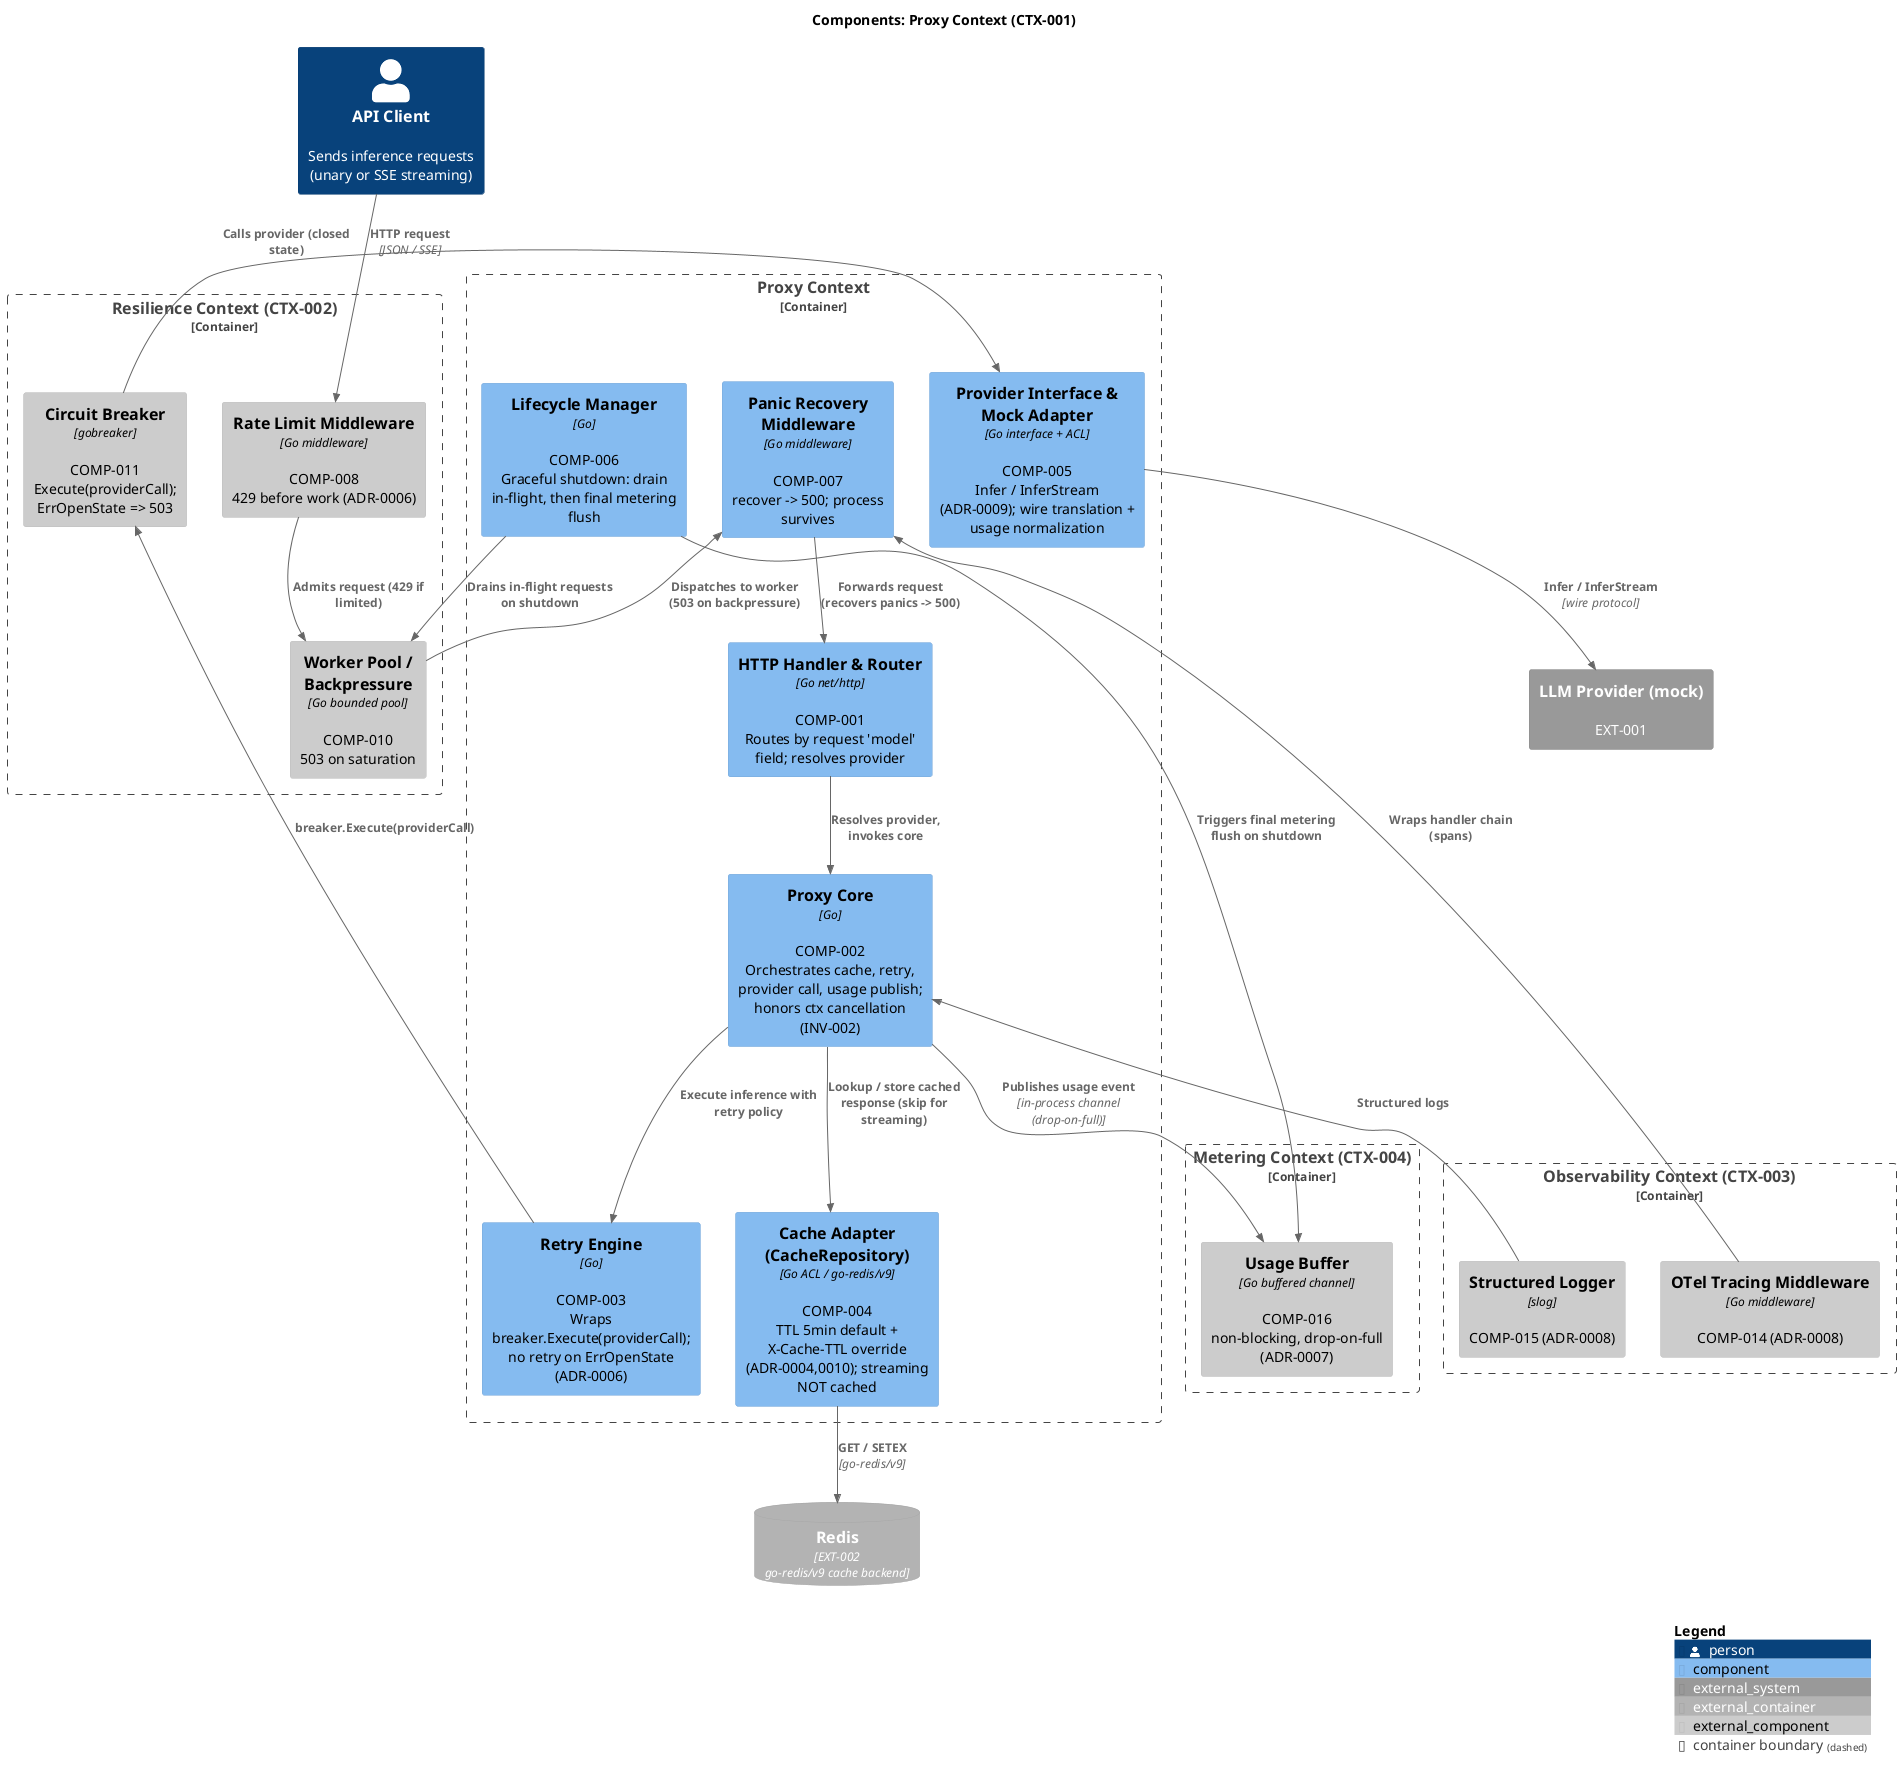
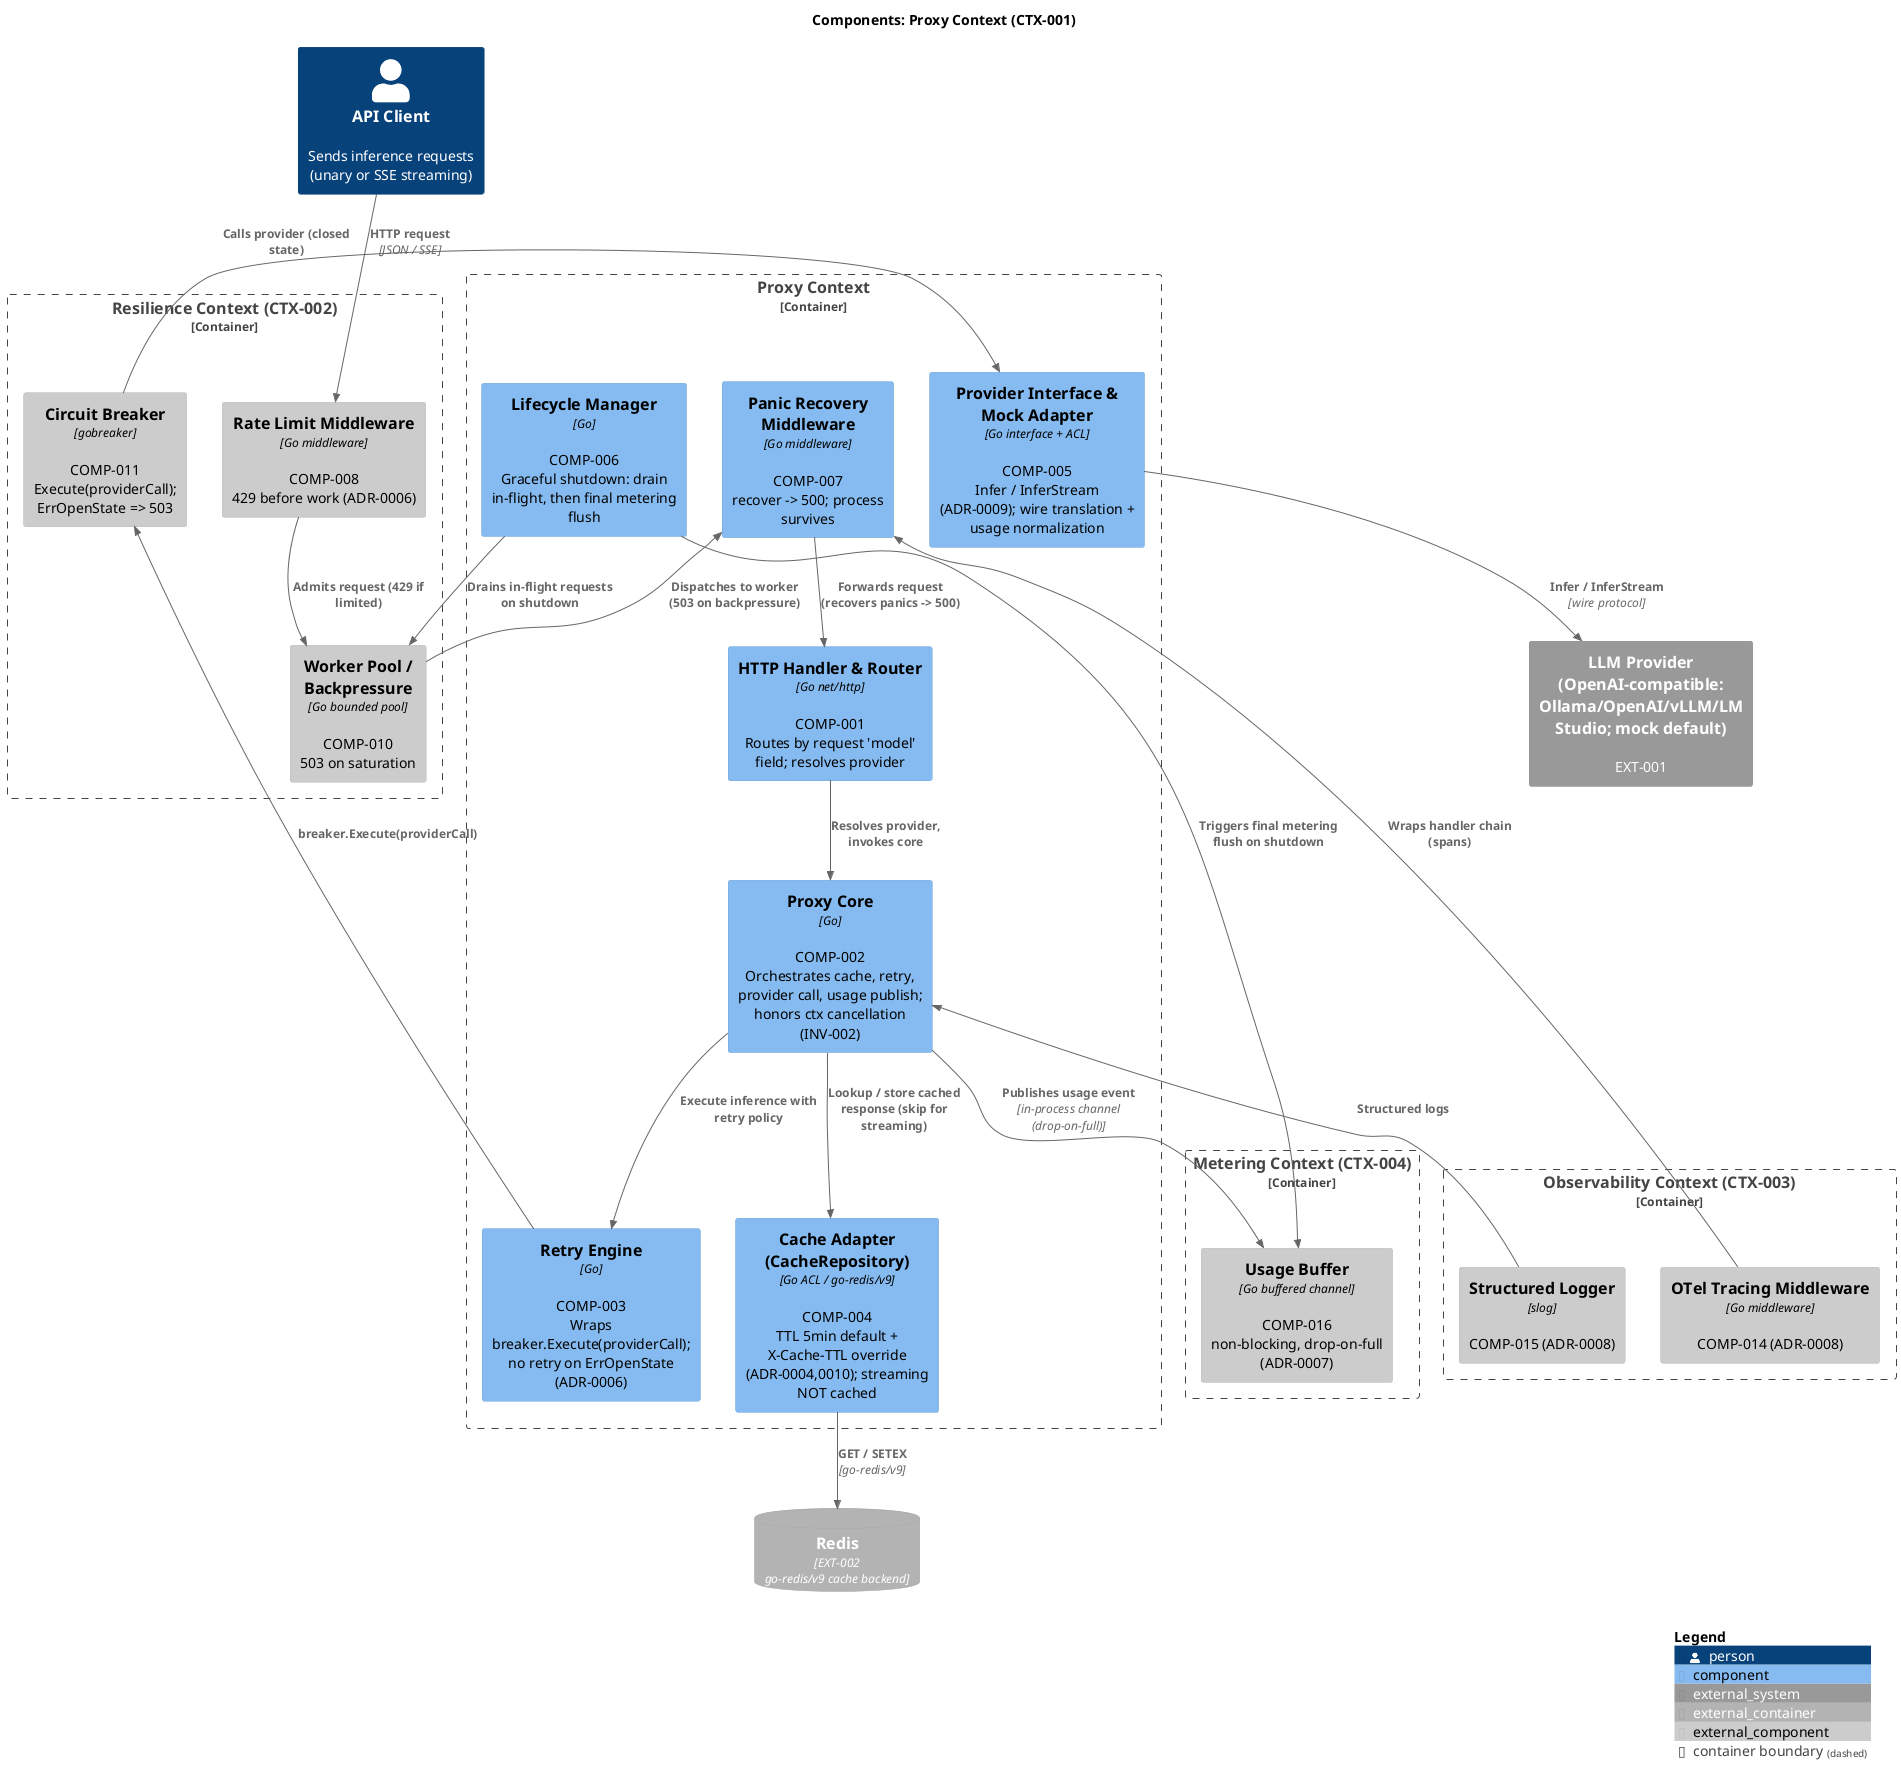
@startuml
!include <C4/C4_Component>

' ============================================================================
' sluice - LLM Gateway
' C4 Level 3 (Component) diagram
' Bounded Context: Proxy (CTX-001)
' This is the OVERVIEW / first component file -> it carries the full COMP
' inventory of the whole system as comments below. This diagram draws ONLY
' the Proxy context components: COMP-001..COMP-007.
' ============================================================================
'
' --------------------------------------------------------------------------
' FULL SYSTEM COMPONENT INVENTORY
' --------------------------------------------------------------------------
' COMP-001  HTTP Handler & Router              CTX-001  CAP-001
' COMP-002  Proxy Core                         CTX-001  CAP-001
' COMP-003  Retry Engine                       CTX-001  CAP-001
' COMP-004  Cache Adapter (CacheRepository)    CTX-001  CAP-001
' COMP-005  Provider Interface & Mock Adapter  CTX-001  CAP-001
' COMP-006  Lifecycle Manager                  CTX-001  CAP-005
' COMP-007  Panic Recovery Middleware          CTX-001  CAP-005
' COMP-008  Rate Limit Middleware              CTX-002  CAP-002
' COMP-009  RateLimitRepository                CTX-002  CAP-002
' COMP-010  Worker Pool / Backpressure         CTX-002  CAP-002
' COMP-011  Circuit Breaker                    CTX-002  CAP-003
' COMP-012  Health & Readiness Handlers        CTX-003  CAP-004
' COMP-013  Metrics Registry & Exporter        CTX-003  CAP-004
' COMP-014  OTel Tracing Middleware            CTX-003  CAP-004
' COMP-015  Structured Logger                  CTX-003  CAP-004
' COMP-016  Usage Buffer                       CTX-004  CAP-006
' COMP-017  Metering Worker                    CTX-004  CAP-006
' COMP-018  MeteringRepository                 CTX-004  CAP-006
'
' --------------------------------------------------------------------------
' ARCHITECTURAL DECISIONS REFLECTED IN THIS DIAGRAM
' --------------------------------------------------------------------------
' ADR-0006  Request composition order:
'           rate-limit middleware (429 before work; Resilience ctx)
'             -> worker pool (backpressure 503; Resilience ctx)
'             -> panic recovery (COMP-007)
'             -> resolve provider (COMP-001/COMP-002)
'             -> retry( breaker.Execute(providerCall) ).
'           COMP-003 Retry Engine wraps the breaker call. On
'           gobreaker.ErrOpenState it does NOT retry. v1 single mock
'           provider => fast-fail 503 + Retry-After.
' ADR-0009  Provider is a Go interface with TWO methods:
'           Infer(ctx,req) (unary) and InferStream(ctx,req) (<-chan Chunk, error)
- '           for SSE streaming. COMP-005 is the interface + mock adapter (ACL to
+ '           for SSE streaming. COMP-005 is the interface + adapters (ACL to
'           EXT-001 LlmProvider); adapters translate wire format + normalize usage.
+ ' ADR-0012  Edge speaks the REAL OpenAI /v1/chat/completions wire (liberal-accept
+ '           additionalProperties; edge-generated id/created/object; single choice;
+ '           chat.completion.chunk SSE + [DONE]; {error:{message,type,code}}). The
+ '           OpenAI shape is an EDGE concern; only canonical types cross COMP-005.
+ ' ADR-0013  COMP-005 ships a real OpenAI-wire HTTP adapter configured by
+ '           GATEWAY_UPSTREAM_URL/API_KEY/MODEL (Ollama primary, no key;
+ '           OpenAI/vLLM/LM Studio via config; stream_options.include_usage for
+ '           streaming metering). Mock upstream emits the same OpenAI shape.
' ADR-0010  CacheRepository (COMP-004) is the ACL over go-redis/v9 to Redis
'           (EXT-002). Cache TTL 5min default + X-Cache-TTL per-request override
'           (ADR-0004). Streaming requests are NOT cached.
' ADR-0007  Proxy publishes usage events to the Metering context via a buffered
'           channel (non-blocking, drop-on-full). COMP-002 -> COMP-016 in-process.
' ADR-0008  OTel tracing middleware + injected slog logger + shared
'           *prometheus.Registry live in Observability context; referenced
'           externally where natural.
' INV-002   Client disconnect cancels upstream via context cancellation (POL-006).
' --------------------------------------------------------------------------

title "Components: Proxy Context (CTX-001)"

Person(client, "API Client", "Sends inference requests (unary or SSE streaming)")

- System_Ext(llmProvider, "LLM Provider (mock)", "EXT-001")
+ System_Ext(llmProvider, "LLM Provider (OpenAI-compatible: Ollama/OpenAI/vLLM/LM Studio; mock default)", "EXT-001")
ContainerDb_Ext(redis, "Redis", "EXT-002\ngo-redis/v9 cache backend")

' --- Cross-context: Resilience (CTX-002) ---
Container_Boundary(resilience, "Resilience Context (CTX-002)") {
    Component_Ext(rateLimit, "Rate Limit Middleware", "Go middleware", "COMP-008\n429 before work (ADR-0006)")
    Component_Ext(workerPool, "Worker Pool / Backpressure", "Go bounded pool", "COMP-010\n503 on saturation")
    Component_Ext(breaker, "Circuit Breaker", "gobreaker", "COMP-011\nExecute(providerCall); ErrOpenState => 503")
}

' --- Cross-context: Observability (CTX-003) ---
Container_Boundary(observability, "Observability Context (CTX-003)") {
    Component_Ext(tracing, "OTel Tracing Middleware", "Go middleware", "COMP-014 (ADR-0008)")
    Component_Ext(logger, "Structured Logger", "slog", "COMP-015 (ADR-0008)")
}

' --- Cross-context: Metering (CTX-004) ---
Container_Boundary(metering, "Metering Context (CTX-004)") {
    Component_Ext(usageBuffer, "Usage Buffer", "Go buffered channel", "COMP-016\nnon-blocking, drop-on-full (ADR-0007)")
}

' === This context: Proxy (CTX-001) ===
Container_Boundary(proxy, "Proxy Context") {

    Component(panicRecovery, "Panic Recovery Middleware", "Go middleware", "COMP-007\nrecover -> 500; process survives")
    Component(router, "HTTP Handler & Router", "Go net/http", "COMP-001\nRoutes by request 'model' field; resolves provider")
    Component(core, "Proxy Core", "Go", "COMP-002\nOrchestrates cache, retry, provider call, usage publish; honors ctx cancellation (INV-002)")
    Component(cacheAdapter, "Cache Adapter (CacheRepository)", "Go ACL / go-redis/v9", "COMP-004\nTTL 5min default + X-Cache-TTL override (ADR-0004,0010); streaming NOT cached")
    Component(retryEngine, "Retry Engine", "Go", "COMP-003\nWraps breaker.Execute(providerCall); no retry on ErrOpenState (ADR-0006)")
    Component(provider, "Provider Interface & Mock Adapter", "Go interface + ACL", "COMP-005\nInfer / InferStream (ADR-0009); wire translation + usage normalization")
    Component(lifecycle, "Lifecycle Manager", "Go", "COMP-006\nGraceful shutdown: drain in-flight, then final metering flush")
}

' --------------------------------------------------------------------------
' RELATIONSHIPS (request flow, ADR-0006 composition order)
' --------------------------------------------------------------------------
Rel(client, rateLimit, "HTTP request", "JSON / SSE")
Rel(rateLimit, workerPool, "Admits request (429 if limited)")
Rel(workerPool, panicRecovery, "Dispatches to worker (503 on backpressure)")
Rel(panicRecovery, router, "Forwards request (recovers panics -> 500)")
Rel(router, core, "Resolves provider, invokes core")

Rel(core, cacheAdapter, "Lookup / store cached response (skip for streaming)")
Rel(cacheAdapter, redis, "GET / SETEX", "go-redis/v9")

Rel(core, retryEngine, "Execute inference with retry policy")
Rel(retryEngine, breaker, "breaker.Execute(providerCall)")
Rel(breaker, provider, "Calls provider (closed state)")
Rel(provider, llmProvider, "Infer / InferStream", "wire protocol")

Rel(core, usageBuffer, "Publishes usage event", "in-process channel (drop-on-full)")

' Observability cross-cutting
Rel(tracing, panicRecovery, "Wraps handler chain (spans)")
Rel_Back(core, logger, "Structured logs")

' Lifecycle
Rel(lifecycle, workerPool, "Drains in-flight requests on shutdown")
Rel(lifecycle, usageBuffer, "Triggers final metering flush on shutdown")

SHOW_LEGEND()
@enduml
